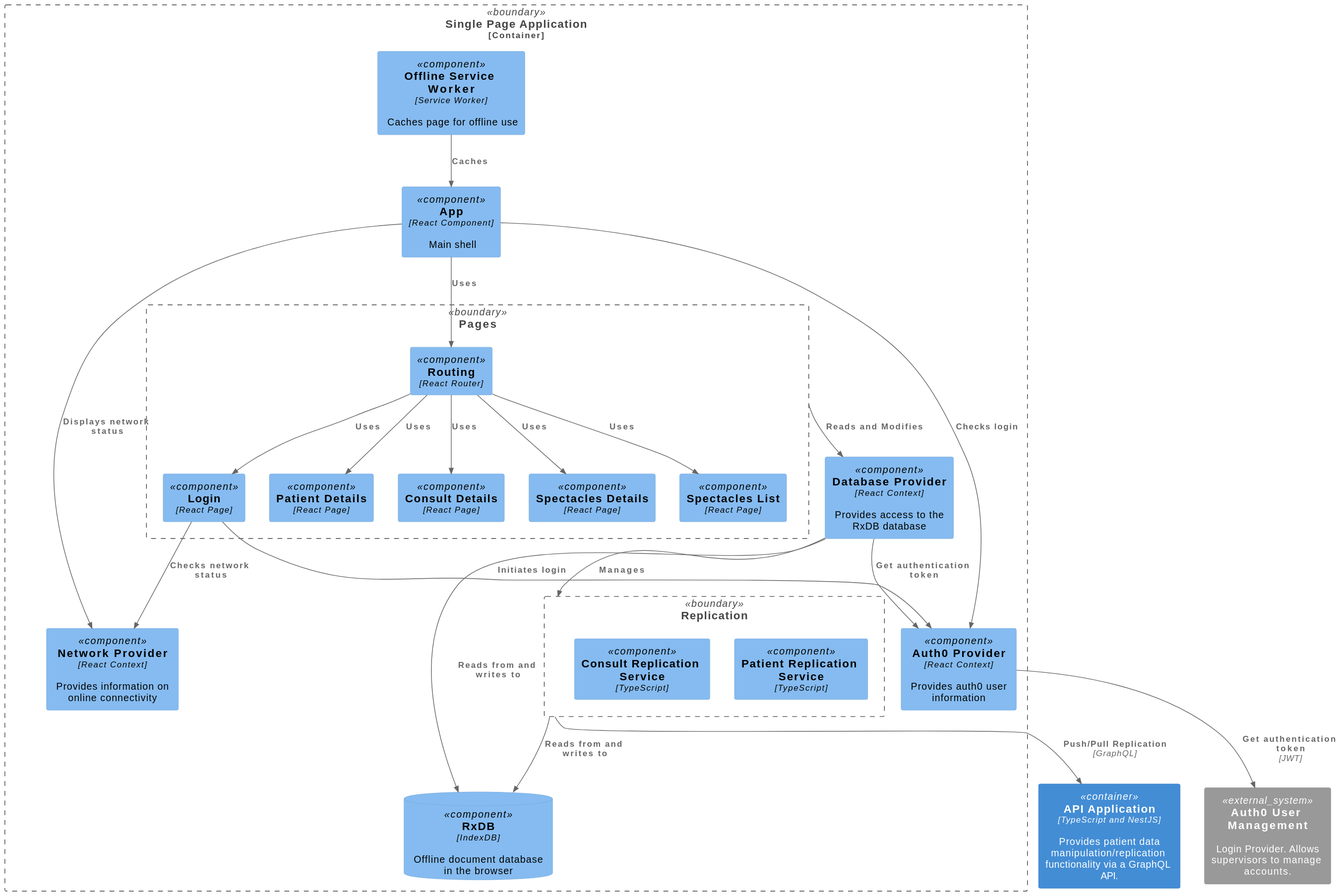
University-of-Auckland-SOFTENG761/supervision keeps this PlantUML diagram as apps/c4-diagram/docs/SuperVision/Single Page Application/component.svg. Above is the earlier version. Source of this version:
```plantuml
@startuml
!include https://raw.githubusercontent.com/adrianvlupu/C4-PlantUML/latest/C4_Component.puml

Container(api, "API Application", "TypeScript and NestJS", "Provides patient data manipulation/replication functionality via a GraphQL API.")
System_Ext(auth0, "Auth0 User Management", "Login Provider. Allows supervisors to manage accounts.")

Container_Boundary(spa, "Single Page Application") {
    Component(sw, "Offline Service Worker", Service Worker, "Caches page for offline use")

    Component(netProvider, "Network Provider", "React Context", "Provides information on online connectivity")
    Component(auth0Provider, "Auth0 Provider", "React Context", "Provides auth0 user information")
    Component(databaseProvider, "Database Provider", "React Context", "Provides access to the RxDB database")

    Component(app, "App", "React Component", Main shell)


    Boundary(pages, "Pages"){
    Component(routing, Routing, React Router)
    Component(patientDetails, Patient Details, "React Page")
    Component(consultDetails, Consult Details, "React Page")
    Component(spectaclesDetails, Spectacles Details, "React Page")
    Component(spectaclesList, Spectacles List, "React Page")
    Component(login, Login, "React Page")

    Rel(routing, patientDetails, "Uses")
    Rel(routing, consultDetails, "Uses")
    Rel(routing, login, "Uses")
    Rel(routing, spectaclesDetails, "Uses")
    Rel(routing, spectaclesList, "Uses")
    }

    Boundary(repl, "Replication"){
      Component(patientReplication, Patient Replication Service, "TypeScript")
      Component(consultReplication, Consult Replication Service, "TypeScript")
    }

    Rel(app, auth0Provider, Checks login)
    Rel(app, netProvider, Displays network status)

    Rel(app, routing, "Uses")

    Rel(login, auth0Provider, "Initiates login")
    Rel(login, netProvider, "Checks network status")

    Rel(pages, databaseProvider, "Reads and Modifies")

    Rel(databaseProvider, auth0Provider, "Get authentication token")

    Rel(databaseProvider, repl, "Manages")

    ComponentDb(rxdb, RxDB, "IndexDB", Offline document database in the browser)
    Rel(databaseProvider, rxdb, "Reads from and writes to")
    Rel(repl, rxdb, "Reads from and writes to")

    Rel(sw, app, Caches)
}



Rel(repl, api, Push/Pull Replication, GraphQL)

Rel(auth0Provider, auth0, Get authentication token, JWT)

@enduml
```
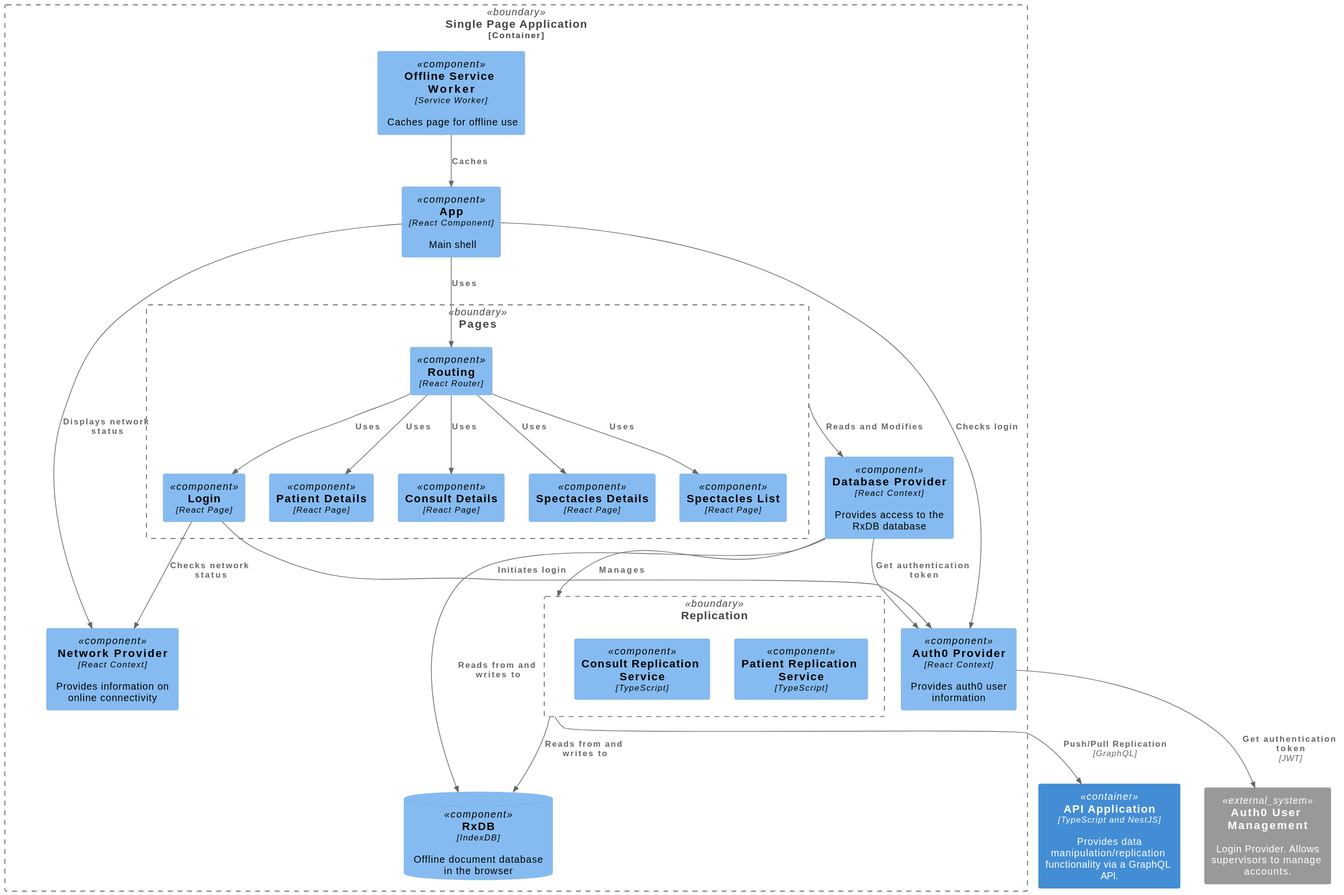
Above is the later version.

Change to the diagram source:
```diff
@@ -1,7 +1,7 @@
 @startuml
 !include https://raw.githubusercontent.com/adrianvlupu/C4-PlantUML/latest/C4_Component.puml
 
-Container(api, "API Application", "TypeScript and NestJS", "Provides patient data manipulation/replication functionality via a GraphQL API.")
+Container(api, "API Application", "TypeScript and NestJS", "Provides data manipulation/replication functionality via a GraphQL API.")
 System_Ext(auth0, "Auth0 User Management", "Login Provider. Allows supervisors to manage accounts.")
 
 Container_Boundary(spa, "Single Page Application") {
```
